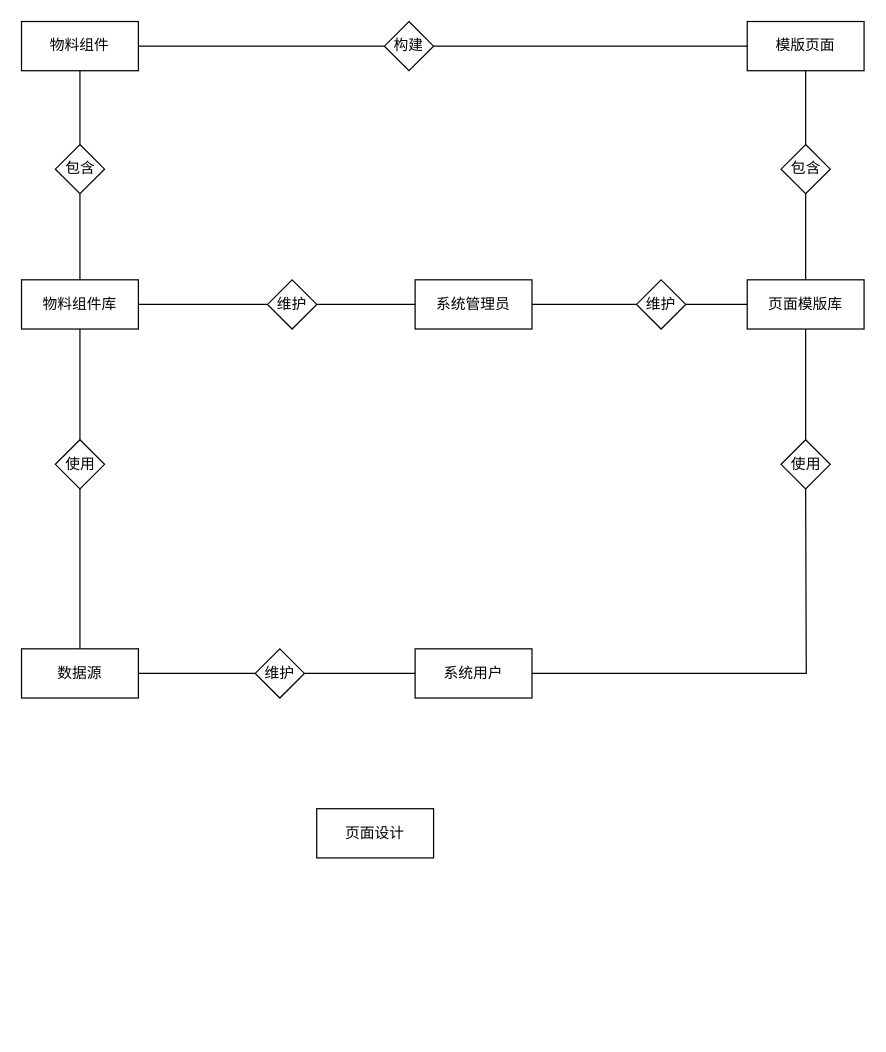
Earlier version of the draw.io diagram 新E-R 图.drawio (yuxinyu12345/diagrams). Source tidied: cells renumbered, new cells numbered last; positions are measured from the earlier drawing's top-left corner, leaving out a move shared by most shapes. Both pictures are drawn from the tidied source at 123%, with x=0, y=0 at pixel (21, 21).
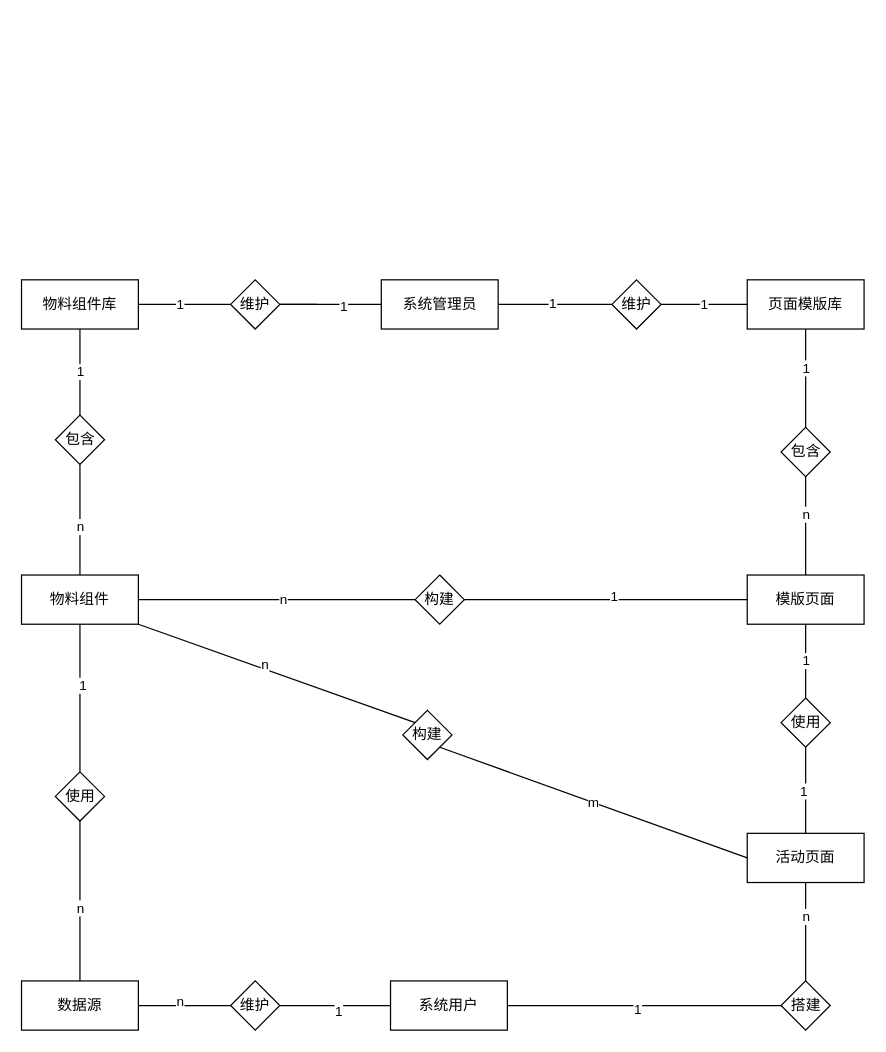
The same diagram, later.

Unchanged cells that the change refers to:
```xml
<mxCell id="3" value="物料组件库" style="rounded=0;whiteSpace=wrap;html=1;" parent="1" vertex="1">
  <mxGeometry y="210" width="95" height="40" as="geometry" />
</mxCell>
<mxCell id="6" value="页面模版库" style="rounded=0;whiteSpace=wrap;html=1;" parent="1" vertex="1">
  <mxGeometry x="590" y="210" width="95" height="40" as="geometry" />
</mxCell>
<mxCell id="12" style="endArrow=none;html=1;rounded=0;exitX=1;exitY=0.5;exitDx=0;exitDy=0;entryX=0;entryY=0.5;entryDx=0;entryDy=0;" parent="1" edge="1" source="33" target="2">
  <mxGeometry relative="1" as="geometry" />
</mxCell>
<mxCell id="14" style="endArrow=none;html=1;rounded=0;exitX=1;exitY=0.5;exitDx=0;exitDy=0;entryX=0;entryY=0.5;entryDx=0;entryDy=0;" parent="1" edge="1" source="2" target="8">
  <mxGeometry relative="1" as="geometry" />
</mxCell>
<mxCell id="26" style="endArrow=none;html=1;rounded=0;entryX=0.5;entryY=1;entryDx=0;entryDy=0;" parent="1" edge="1" source="10" target="20">
  <mxGeometry relative="1" as="geometry" />
</mxCell>
<mxCell id="27" style="endArrow=none;html=1;rounded=0;entryX=0;entryY=0.5;entryDx=0;entryDy=0;exitX=1;exitY=0.5;exitDx=0;exitDy=0;" parent="1" edge="1" source="24" target="9">
  <mxGeometry relative="1" as="geometry" />
</mxCell>
<mxCell id="28" style="endArrow=none;html=1;rounded=0;exitX=1;exitY=0.5;exitDx=0;exitDy=0;entryX=0;entryY=0.5;entryDx=0;entryDy=0;" parent="1" edge="1" source="10" target="24">
  <mxGeometry relative="1" as="geometry" />
</mxCell>
<mxCell id="32" style="endArrow=none;html=1;rounded=0;exitX=1;exitY=0.5;exitDx=0;exitDy=0;" parent="1" edge="1" source="3" target="33">
  <mxGeometry relative="1" as="geometry" />
</mxCell>
<mxCell id="34" style="endArrow=none;html=1;rounded=0;exitX=1;exitY=0.5;exitDx=0;exitDy=0;entryX=0;entryY=0.5;entryDx=0;entryDy=0;" parent="1" edge="1" source="4" target="29">
  <mxGeometry relative="1" as="geometry" />
</mxCell>
<mxCell id="35" style="endArrow=none;html=1;rounded=0;entryX=1;entryY=0.5;entryDx=0;entryDy=0;exitX=0;exitY=0.5;exitDx=0;exitDy=0;" parent="1" edge="1" source="7" target="29">
  <mxGeometry relative="1" as="geometry" />
</mxCell>
```

Change to the diagram source:
```diff
@@
     <mxCell id="2" value="系统管理员" style="rounded=0;whiteSpace=wrap;html=1;" parent="1" vertex="1">
-      <mxGeometry x="320" y="210" width="95" height="40" as="geometry" />
+      <mxGeometry x="292.5" y="210" width="95" height="40" as="geometry" />
     </mxCell>
@@
     <mxCell id="4" value="物料组件" style="rounded=0;whiteSpace=wrap;html=1;" parent="1" vertex="1">
-      <mxGeometry width="95" height="40" as="geometry" />
+      <mxGeometry y="450" width="95" height="40" as="geometry" />
     </mxCell>
     <mxCell id="5" value="包含" style="rhombus;whiteSpace=wrap;html=1;" parent="1" vertex="1">
-      <mxGeometry x="27.5" y="100" width="40" height="40" as="geometry" />
+      <mxGeometry x="27.5" y="320" width="40" height="40" as="geometry" />
     </mxCell>
@@
     <mxCell id="7" value="模版页面" style="rounded=0;whiteSpace=wrap;html=1;" parent="1" vertex="1">
-      <mxGeometry x="590" width="95" height="40" as="geometry" />
+      <mxGeometry x="590" y="450" width="95" height="40" as="geometry" />
     </mxCell>
     <mxCell id="8" value="维护" style="rhombus;whiteSpace=wrap;html=1;" parent="1" vertex="1">
-      <mxGeometry x="500" y="210" width="40" height="40" as="geometry" />
+      <mxGeometry x="480" y="210" width="40" height="40" as="geometry" />
     </mxCell>
     <mxCell id="9" value="系统用户" style="rounded=0;whiteSpace=wrap;html=1;" parent="1" vertex="1">
-      <mxGeometry x="320" y="510" width="95" height="40" as="geometry" />
+      <mxGeometry x="300" y="780" width="95" height="40" as="geometry" />
     </mxCell>
     <mxCell id="10" value="数据源" style="rounded=0;whiteSpace=wrap;html=1;" parent="1" vertex="1">
-      <mxGeometry y="510" width="95" height="40" as="geometry" />
+      <mxGeometry y="780" width="95" height="40" as="geometry" />
     </mxCell>
-    <mxCell id="11" value="页面设计" style="rounded=0;whiteSpace=wrap;html=1;" parent="1" vertex="1">
-      <mxGeometry x="240" y="640" width="95" height="40" as="geometry" />
-    </mxCell>
@@
+    <mxCell id="36" value="1" style="edgeLabel;html=1;align=center;verticalAlign=middle;" parent="12" vertex="1">
+      <mxGeometry x="0.22" y="-1" relative="1" as="geometry">
+        <mxPoint x="1" as="offset" />
+      </mxGeometry>
+    </mxCell>
@@
+    <mxCell id="37" value="1" style="edgeLabel;html=1;align=center;verticalAlign=middle;" parent="14" vertex="1">
+      <mxGeometry x="-0.05" y="2" relative="1" as="geometry" />
+    </mxCell>
-    <mxCell id="15" style="endArrow=none;html=1;rounded=0;entryX=1;entryY=0.5;entryDx=0;entryDy=0;" parent="1" edge="1" source="6" target="8">
+    <mxCell id="15" value="1" style="endArrow=none;html=1;rounded=0;entryX=1;entryY=0.5;entryDx=0;entryDy=0;" parent="1" edge="1" source="6" target="8">
       <mxGeometry relative="1" as="geometry" />
     </mxCell>
-    <mxCell id="16" style="endArrow=none;html=1;rounded=0;exitX=0.5;exitY=0;exitDx=0;exitDy=0;" parent="1" edge="1" source="6" target="31">
-      <mxGeometry relative="1" as="geometry" />
-    </mxCell>
-    <mxCell id="17" style="endArrow=none;html=1;rounded=0;exitX=0.5;exitY=1;exitDx=0;exitDy=0;" parent="1" edge="1" source="31">
-      <mxGeometry relative="1" as="geometry">
-        <mxPoint x="638" y="120" as="targetPoint" />
-      </mxGeometry>
-    </mxCell>
-    <mxCell id="18" value="使用" style="rhombus;whiteSpace=wrap;html=1;" parent="1" vertex="1">
-      <mxGeometry x="617.5" y="340" width="40" height="40" as="geometry" />
-    </mxCell>
-    <mxCell id="19" style="endArrow=none;html=1;rounded=0;exitX=1;exitY=0.5;exitDx=0;exitDy=0;entryX=0.5;entryY=1;entryDx=0;entryDy=0;" parent="1" edge="1" source="9" target="18">
-      <mxGeometry relative="1" as="geometry">
-        <Array as="points">
-          <mxPoint x="638" y="530" />
-        </Array>
-      </mxGeometry>
-    </mxCell>
     <mxCell id="20" value="使用" style="rhombus;whiteSpace=wrap;html=1;" parent="1" vertex="1">
-      <mxGeometry x="27.5" y="340" width="40" height="40" as="geometry" />
+      <mxGeometry x="27.5" y="610" width="40" height="40" as="geometry" />
     </mxCell>
-    <mxCell id="21" style="endArrow=none;html=1;rounded=0;exitX=0.5;exitY=0;exitDx=0;exitDy=0;entryX=0.5;entryY=1;entryDx=0;entryDy=0;" parent="1" edge="1" source="3" target="5">
-      <mxGeometry relative="1" as="geometry" />
-    </mxCell>
-    <mxCell id="22" style="endArrow=none;html=1;rounded=0;entryX=0.5;entryY=1;entryDx=0;entryDy=0;exitX=0.5;exitY=0;exitDx=0;exitDy=0;" parent="1" edge="1" source="5" target="4">
-      <mxGeometry relative="1" as="geometry" />
-    </mxCell>
-    <mxCell id="23" style="endArrow=none;html=1;rounded=0;exitX=0.5;exitY=0;exitDx=0;exitDy=0;entryX=0.5;entryY=1;entryDx=0;entryDy=0;" parent="1" edge="1" source="18" target="6">
-      <mxGeometry relative="1" as="geometry" />
-    </mxCell>
     <mxCell id="24" value="维护" style="rhombus;whiteSpace=wrap;html=1;" parent="1" vertex="1">
-      <mxGeometry x="190" y="510" width="40" height="40" as="geometry" />
+      <mxGeometry x="170" y="780" width="40" height="40" as="geometry" />
     </mxCell>
-    <mxCell id="25" style="endArrow=none;html=1;rounded=0;exitX=0.5;exitY=1;exitDx=0;exitDy=0;entryX=0.5;entryY=0;entryDx=0;entryDy=0;" parent="1" edge="1" source="3" target="20">
+    <mxCell id="25" style="endArrow=none;html=1;rounded=0;entryX=0.5;entryY=0;entryDx=0;entryDy=0;exitX=0.5;exitY=1;exitDx=0;exitDy=0;" parent="1" edge="1" source="4" target="20">
       <mxGeometry relative="1" as="geometry" />
     </mxCell>
+    <mxCell id="38" value="1" style="edgeLabel;html=1;align=center;verticalAlign=middle;" parent="25" vertex="1">
+      <mxGeometry x="-0.18" y="2" relative="1" as="geometry" />
+    </mxCell>
@@
+    <mxCell id="39" value="n" style="edgeLabel;html=1;align=center;verticalAlign=middle;" parent="26" vertex="1">
+      <mxGeometry x="0.43" y="-3" relative="1" as="geometry">
+        <mxPoint x="-3" y="33" as="offset" />
+      </mxGeometry>
+    </mxCell>
@@
+    <mxCell id="40" value="1" style="edgeLabel;html=1;align=center;verticalAlign=middle;" parent="27" vertex="1">
+      <mxGeometry x="0.03" y="-4" relative="1" as="geometry">
+        <mxPoint x="1" as="offset" />
+      </mxGeometry>
+    </mxCell>
@@
+    <mxCell id="41" value="n" style="edgeLabel;html=1;align=center;verticalAlign=middle;" parent="28" vertex="1">
+      <mxGeometry x="-0.13" y="4" relative="1" as="geometry" />
+    </mxCell>
     <mxCell id="29" value="构建" style="rhombus;whiteSpace=wrap;html=1;" parent="1" vertex="1">
-      <mxGeometry x="295" width="40" height="40" as="geometry" />
+      <mxGeometry x="320" y="450" width="40" height="40" as="geometry" />
     </mxCell>
-    <mxCell id="30" style="endArrow=none;html=1;rounded=0;exitX=0.5;exitY=1;exitDx=0;exitDy=0;" parent="1" edge="1" source="7" target="31">
-      <mxGeometry relative="1" as="geometry" />
-    </mxCell>
     <mxCell id="31" value="包含" style="rhombus;whiteSpace=wrap;html=1;" parent="1" vertex="1">
-      <mxGeometry x="617.5" y="100" width="40" height="40" as="geometry" />
+      <mxGeometry x="617.5" y="330" width="40" height="40" as="geometry" />
     </mxCell>
@@
+    <mxCell id="42" value="1" style="edgeLabel;html=1;align=center;verticalAlign=middle;" parent="32" vertex="1">
+      <mxGeometry x="-0.13" y="1" relative="1" as="geometry" />
+    </mxCell>
     <mxCell id="33" value="维护" style="rhombus;whiteSpace=wrap;html=1;" parent="1" vertex="1">
-      <mxGeometry x="200" y="210" width="40" height="40" as="geometry" />
+      <mxGeometry x="170" y="210" width="40" height="40" as="geometry" />
     </mxCell>
@@
+    <mxCell id="43" value="n" style="edgeLabel;html=1;align=center;verticalAlign=middle;" parent="34" vertex="1">
+      <mxGeometry x="0.04" y="1" relative="1" as="geometry" />
+    </mxCell>
@@
+    <mxCell id="44" value="1" style="edgeLabel;html=1;align=center;verticalAlign=middle;" parent="35" vertex="1">
+      <mxGeometry x="-0.04" y="-3" relative="1" as="geometry">
+        <mxPoint x="1" as="offset" />
+      </mxGeometry>
+    </mxCell>
+    <mxCell id="45" value="活动页面" style="rounded=0;whiteSpace=wrap;html=1;" parent="1" vertex="1">
+      <mxGeometry x="590" y="660" width="95" height="40" as="geometry" />
+    </mxCell>
+    <mxCell id="46" value="搭建" style="rhombus;whiteSpace=wrap;html=1;" parent="1" vertex="1">
+      <mxGeometry x="617.5" y="780" width="40" height="40" as="geometry" />
+    </mxCell>
+    <mxCell id="47" value="构建" style="rhombus;whiteSpace=wrap;html=1;" parent="1" vertex="1">
+      <mxGeometry x="310" y="560" width="40" height="40" as="geometry" />
+    </mxCell>
+    <mxCell id="48" value="1" style="endArrow=none;html=1;rounded=0;entryX=0.5;entryY=1;entryDx=0;entryDy=0;" parent="1" edge="1" source="5" target="3">
+      <mxGeometry relative="1" as="geometry" />
+    </mxCell>
+    <mxCell id="22" style="endArrow=none;html=1;rounded=0;entryX=0.5;entryY=0;entryDx=0;entryDy=0;exitX=0.5;exitY=1;exitDx=0;exitDy=0;" parent="1" edge="1" source="5" target="4">
+      <mxGeometry relative="1" as="geometry" />
+    </mxCell>
+    <mxCell id="49" value="n" style="edgeLabel;html=1;align=center;verticalAlign=middle;" parent="22" vertex="1">
+      <mxGeometry x="0.11" relative="1" as="geometry" />
+    </mxCell>
+    <mxCell id="30" style="endArrow=none;html=1;rounded=0;entryX=0.5;entryY=1;entryDx=0;entryDy=0;exitX=0.5;exitY=0;exitDx=0;exitDy=0;" parent="1" edge="1" source="7" target="31">
+      <mxGeometry relative="1" as="geometry" />
+    </mxCell>
+    <mxCell id="50" value="n" style="edgeLabel;html=1;align=center;verticalAlign=middle;" parent="30" vertex="1">
+      <mxGeometry x="0.35" relative="1" as="geometry">
+        <mxPoint y="4" as="offset" />
+      </mxGeometry>
+    </mxCell>
+    <mxCell id="51" style="endArrow=none;html=1;rounded=0;entryX=0.5;entryY=1;entryDx=0;entryDy=0;exitX=0.5;exitY=0;exitDx=0;exitDy=0;" parent="1" edge="1" source="31" target="6">
+      <mxGeometry relative="1" as="geometry" />
+    </mxCell>
+    <mxCell id="52" value="1" style="edgeLabel;html=1;align=center;verticalAlign=middle;" parent="51" vertex="1">
+      <mxGeometry x="0.23" relative="1" as="geometry" />
+    </mxCell>
+    <mxCell id="18" value="使用" style="rhombus;whiteSpace=wrap;html=1;" parent="1" vertex="1">
+      <mxGeometry x="617.5" y="550" width="40" height="40" as="geometry" />
+    </mxCell>
+    <mxCell id="53" style="endArrow=none;html=1;rounded=0;entryX=1;entryY=1;entryDx=0;entryDy=0;exitX=0;exitY=0;exitDx=0;exitDy=0;" parent="1" edge="1" source="47" target="4">
+      <mxGeometry relative="1" as="geometry" />
+    </mxCell>
+    <mxCell id="54" value="n" style="edgeLabel;html=1;align=center;verticalAlign=middle;" parent="53" vertex="1">
+      <mxGeometry x="0.1" y="-4" relative="1" as="geometry" />
+    </mxCell>
+    <mxCell id="55" value="m" style="endArrow=none;html=1;rounded=0;entryX=1;entryY=1;entryDx=0;entryDy=0;exitX=0;exitY=0.5;exitDx=0;exitDy=0;" parent="1" edge="1" source="45" target="47">
+      <mxGeometry relative="1" as="geometry" />
+    </mxCell>
+    <mxCell id="56" value="1" style="endArrow=none;html=1;rounded=0;entryX=0.5;entryY=1;entryDx=0;entryDy=0;exitX=0.5;exitY=0;exitDx=0;exitDy=0;" parent="1" edge="1" source="18" target="7">
+      <mxGeometry relative="1" as="geometry" />
+    </mxCell>
+    <mxCell id="57" style="endArrow=none;html=1;rounded=0;entryX=0.5;entryY=0;entryDx=0;entryDy=0;exitX=0.5;exitY=1;exitDx=0;exitDy=0;" parent="1" edge="1" source="18" target="45">
+      <mxGeometry relative="1" as="geometry" />
+    </mxCell>
+    <mxCell id="58" value="1" style="edgeLabel;html=1;align=center;verticalAlign=middle;" parent="57" vertex="1">
+      <mxGeometry y="-2" relative="1" as="geometry" />
+    </mxCell>
+    <mxCell id="59" style="endArrow=none;html=1;rounded=0;entryX=0.5;entryY=1;entryDx=0;entryDy=0;exitX=0.5;exitY=0;exitDx=0;exitDy=0;" parent="1" edge="1" source="46" target="45">
+      <mxGeometry relative="1" as="geometry" />
+    </mxCell>
+    <mxCell id="60" value="n" style="edgeLabel;html=1;align=center;verticalAlign=middle;" parent="59" vertex="1">
+      <mxGeometry x="0.33" relative="1" as="geometry" />
+    </mxCell>
+    <mxCell id="61" style="endArrow=none;html=1;rounded=0;entryX=1;entryY=0.5;entryDx=0;entryDy=0;exitX=0;exitY=0.5;exitDx=0;exitDy=0;" parent="1" edge="1" source="46" target="9">
+      <mxGeometry relative="1" as="geometry" />
+    </mxCell>
+    <mxCell id="62" value="1" style="edgeLabel;html=1;align=center;verticalAlign=middle;" parent="61" vertex="1">
+      <mxGeometry x="0.05" y="2" relative="1" as="geometry" />
+    </mxCell>
```
